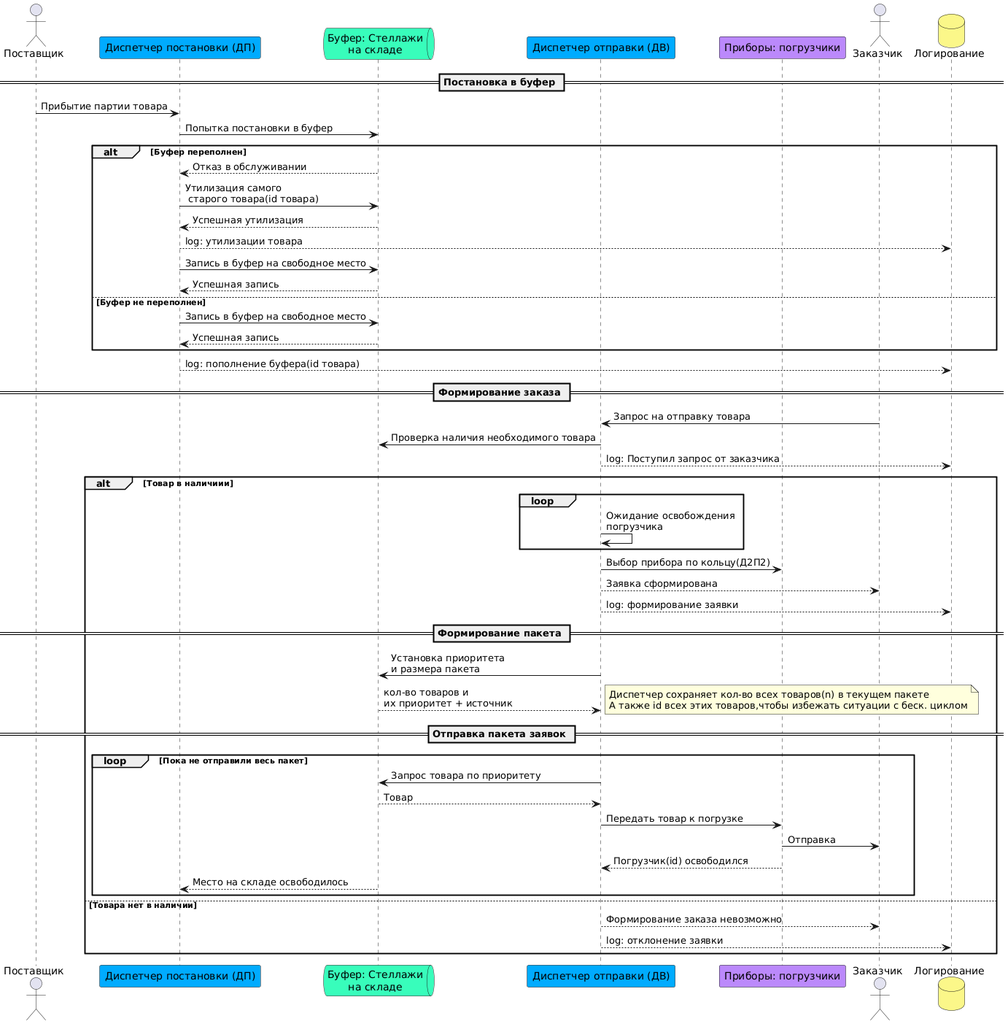
Earlier version of the PlantUML export SequinceDiagram.png (Sahated/Rack-Storage-Warehouse).
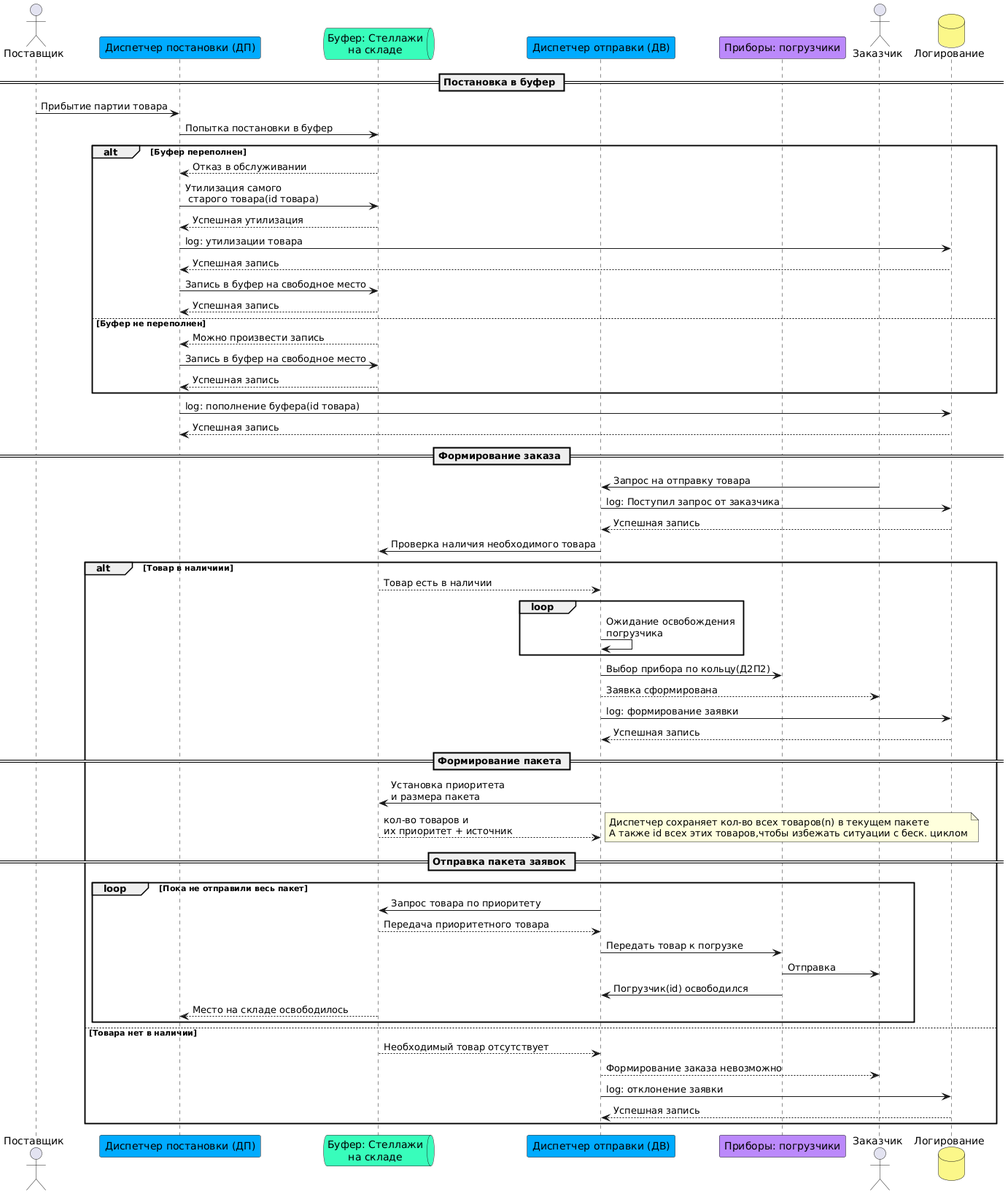
After the commit.

Diff of the diagram source:
```diff
@@ -14,30 +14,38 @@
 
 alt Буфер переполнен
     DP <-- Buffer: Отказ в обслуживании
+
     DP -> Buffer: Утилизация самого\n старого товара(id товара)
     DP <-- Buffer: Успешная утилизация
-    DP --> Database: log: утилизации товара
+
+    DP -> Database: log: утилизации товара
+    DP <-- Database: Успешная запись
+
     DP -> Buffer: Запись в буфер на свободное место
     DP <-- Buffer: Успешная запись
 else Буфер не переполнен
+    DP <-- Buffer: Можно произвести запись
     DP -> Buffer: Запись в буфер на свободное место
     DP <-- Buffer: Успешная запись
 end
-DP --> Database: log: пополнение буфера(id товара)
-
+DP -> Database: log: пополнение буфера(id товара)
+DP <-- Database: Успешная запись
 == Формирование заказа ==
 
 Customer -> DB: Запрос на отправку товара
+DB -> Database: log: Поступил запрос от заказчика
+DB <-- Database: Успешная запись
 DB -> Buffer: Проверка наличия необходимого товара
-DB --> Database: log: Поступил запрос от заказчика
 
 alt Товар в наличиии
+    Buffer --> DB: Товар есть в наличии
     loop
         DB -> DB: Ожидание освобождения\nпогрузчика
     end
     DB -> L: Выбор прибора по кольцу(Д2П2)
     DB --> Customer: Заявка сформирована
-    DB --> Database: log: формирование заявки
+    DB -> Database: log: формирование заявки
+    DB <-- Database: Успешная запись
     == Формирование пакета ==
     DB -> Buffer: Установка приоритета\nи размера пакета
     DB <-- Buffer: кол-во товаров и\nих приоритет + источник
@@ -48,14 +56,16 @@
     == Отправка пакета заявок ==
     loop Пока не отправили весь пакет
         DB -> Buffer: Запрос товара по приоритету
-        Buffer --> DB: Товар
+        Buffer --> DB: Передача приоритетного товара
         DB -> L: Передать товар к погрузке
         L -> Customer: Отправка
-        L --> DB: Погрузчик(id) освободился
+        L -> DB: Погрузчик(id) освободился
         Buffer --> DP: Место на складе освободилось
     end
 else Товара нет в наличии
+    DB <-- Buffer: Необходимый товар отсутствует
     DB --> Customer: Формирование заказа невозможно
-    DB --> Database: log: отклонение заявки
+    DB -> Database: log: отклонение заявки
+    DB <-- Database: Успешная запись
 end
 @enduml
```
